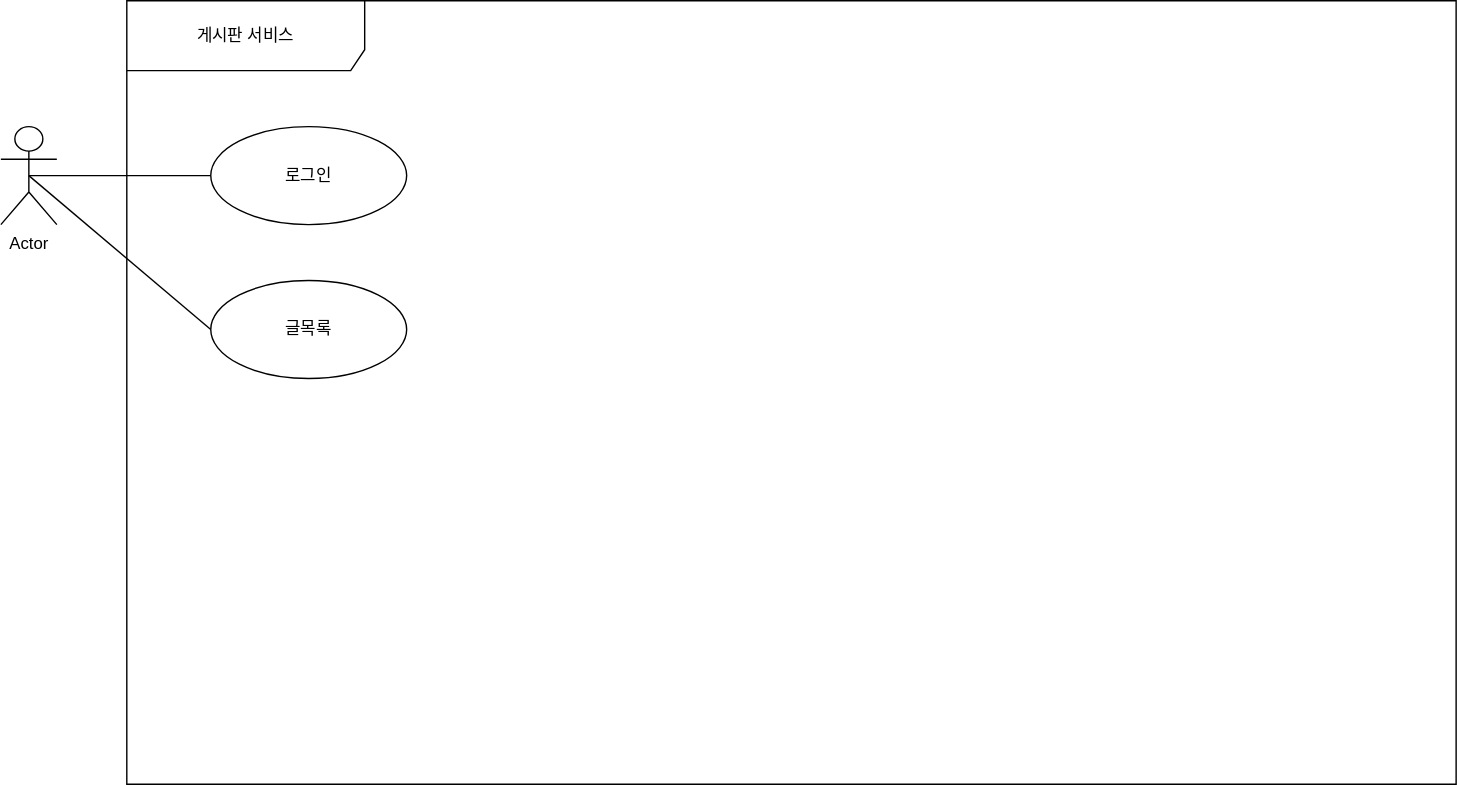
kimchae00/JSP keeps this draw.io diagram as JBoard1/게시판 유스케이스.svg. Above is the earlier version. Source tidied: cells renumbered, new cells last; positions are measured from the earlier drawing's top-left corner, leaving out a move shared by most shapes.
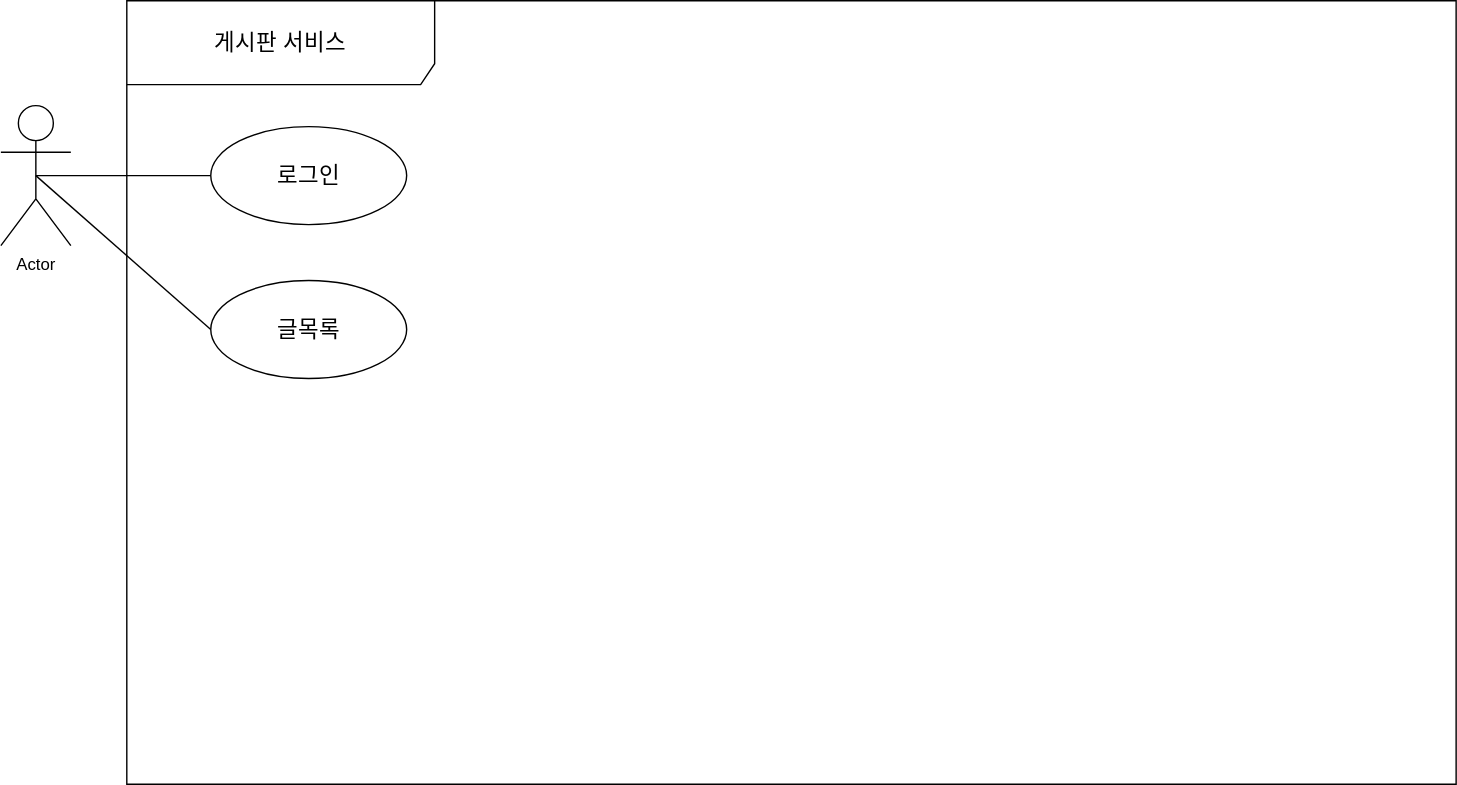
Later version of the same file.

Change to the diagram source:
```diff
@@ -9,15 +9,15 @@
       <mxGeometry relative="1" as="geometry" />
     </mxCell>
     <mxCell id="4" value="Actor" style="shape=umlActor;verticalLabelPosition=bottom;verticalAlign=top;html=1;" parent="1" vertex="1">
-      <mxGeometry y="90" width="40" height="70" as="geometry" />
+      <mxGeometry y="75" width="50" height="100" as="geometry" />
     </mxCell>
-    <mxCell id="5" value="게시판 서비스" style="shape=umlFrame;whiteSpace=wrap;html=1;width=170;height=50;" parent="1" vertex="1">
+    <mxCell id="5" value="&lt;font style=&quot;font-size: 16px;&quot;&gt;게시판 서비스&lt;/font&gt;" style="shape=umlFrame;whiteSpace=wrap;html=1;width=220;height=60;" parent="1" vertex="1">
       <mxGeometry x="90" width="950" height="560" as="geometry" />
     </mxCell>
-    <mxCell id="6" value="로그인" style="ellipse;whiteSpace=wrap;html=1;" parent="1" vertex="1">
+    <mxCell id="6" value="&lt;font style=&quot;font-size: 16px;&quot;&gt;로그인&lt;/font&gt;" style="ellipse;whiteSpace=wrap;html=1;" parent="1" vertex="1">
       <mxGeometry x="150" y="90" width="140" height="70" as="geometry" />
     </mxCell>
-    <mxCell id="7" value="글목록" style="ellipse;whiteSpace=wrap;html=1;" parent="1" vertex="1">
+    <mxCell id="7" value="&lt;font style=&quot;font-size: 16px;&quot;&gt;글목록&lt;/font&gt;" style="ellipse;whiteSpace=wrap;html=1;" parent="1" vertex="1">
       <mxGeometry x="150" y="200" width="140" height="70" as="geometry" />
     </mxCell>
   </root>
```
